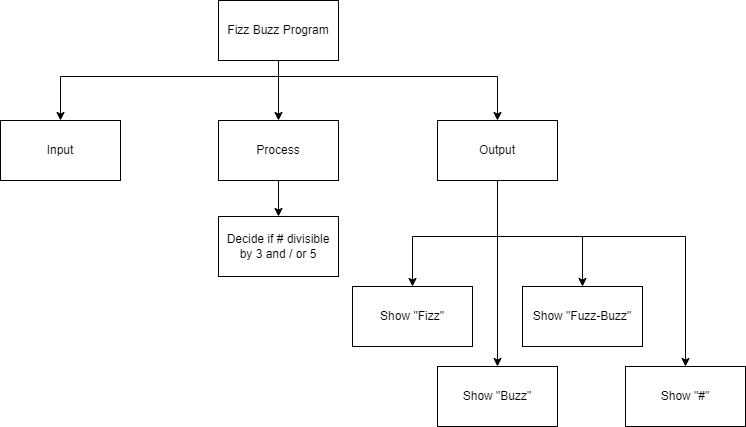
Before: docs/structured-problem-solving/images/top-down-loops-and-if-statements.png, a diagram exported from draw.io (Mr-Coxall/Computer-Based-Problem-Solving). Source tidied: cells renumbered, new cells last; positions are measured from the earlier drawing's top-left corner, leaving out a move shared by most shapes. The source it was exported from:
```xml
<mxGraphModel>
  <root>
    <mxCell id="0" />
    <mxCell id="1" parent="0" />
    <mxCell id="2" style="edgeStyle=orthogonalEdgeStyle;html=1;rounded=0;" parent="1" edge="1" source="5" target="7">
      <mxGeometry relative="1" as="geometry" />
    </mxCell>
    <mxCell id="3" style="edgeStyle=orthogonalEdgeStyle;shape=connector;rounded=0;html=1;labelBackgroundColor=default;strokeColor=default;fontFamily=Helvetica;fontSize=11;fontColor=default;endArrow=classic;" parent="1" edge="1" source="5" target="8">
      <mxGeometry relative="1" as="geometry">
        <Array as="points">
          <mxPoint x="278" y="76" />
          <mxPoint x="60" y="76" />
        </Array>
      </mxGeometry>
    </mxCell>
    <mxCell id="4" style="edgeStyle=orthogonalEdgeStyle;shape=connector;rounded=0;html=1;labelBackgroundColor=default;strokeColor=default;fontFamily=Helvetica;fontSize=11;fontColor=default;endArrow=classic;" parent="1" edge="1" source="5" target="13">
      <mxGeometry relative="1" as="geometry">
        <Array as="points">
          <mxPoint x="278" y="76" />
          <mxPoint x="497" y="76" />
        </Array>
      </mxGeometry>
    </mxCell>
    <mxCell id="5" value="Fizz Buzz Program" style="rounded=0;whiteSpace=wrap;html=1;" parent="1" vertex="1">
      <mxGeometry x="218" width="120" height="60" as="geometry" />
    </mxCell>
    <mxCell id="6" style="edgeStyle=orthogonalEdgeStyle;html=1;rounded=0;" parent="1" edge="1" source="7" target="14">
      <mxGeometry relative="1" as="geometry" />
    </mxCell>
    <mxCell id="7" value="Process" style="rounded=0;whiteSpace=wrap;html=1;" parent="1" vertex="1">
      <mxGeometry x="218" y="120" width="120" height="60" as="geometry" />
    </mxCell>
    <mxCell id="8" value="Input" style="rounded=0;whiteSpace=wrap;html=1;" parent="1" vertex="1">
      <mxGeometry y="120" width="120" height="60" as="geometry" />
    </mxCell>
    <mxCell id="9" style="edgeStyle=orthogonalEdgeStyle;shape=connector;rounded=0;html=1;labelBackgroundColor=default;strokeColor=default;fontFamily=Helvetica;fontSize=11;fontColor=default;endArrow=classic;" parent="1" edge="1" source="13" target="15">
      <mxGeometry relative="1" as="geometry">
        <Array as="points">
          <mxPoint x="497" y="236" />
          <mxPoint x="582" y="236" />
        </Array>
      </mxGeometry>
    </mxCell>
    <mxCell id="10" style="edgeStyle=orthogonalEdgeStyle;html=1;rounded=0;" parent="1" edge="1" source="13" target="16">
      <mxGeometry relative="1" as="geometry">
        <Array as="points">
          <mxPoint x="497" y="236" />
          <mxPoint x="412" y="236" />
        </Array>
      </mxGeometry>
    </mxCell>
    <mxCell id="11" style="edgeStyle=orthogonalEdgeStyle;html=1;rounded=0;" parent="1" edge="1" source="13" target="17">
      <mxGeometry relative="1" as="geometry" />
    </mxCell>
    <mxCell id="12" style="edgeStyle=orthogonalEdgeStyle;html=1;entryX=0.5;entryY=0;entryDx=0;entryDy=0;rounded=0;" parent="1" edge="1" source="13" target="18">
      <mxGeometry relative="1" as="geometry">
        <Array as="points">
          <mxPoint x="497" y="236" />
          <mxPoint x="685" y="236" />
        </Array>
      </mxGeometry>
    </mxCell>
    <mxCell id="13" value="Output" style="rounded=0;whiteSpace=wrap;html=1;" parent="1" vertex="1">
      <mxGeometry x="437" y="120" width="120" height="60" as="geometry" />
    </mxCell>
    <mxCell id="14" value="Decide if # divisible by 3 and / or 5" style="rounded=0;whiteSpace=wrap;html=1;" parent="1" vertex="1">
      <mxGeometry x="218" y="216" width="120" height="60" as="geometry" />
    </mxCell>
    <mxCell id="15" value="Show &quot;Fuzz-Buzz&quot;" style="rounded=0;whiteSpace=wrap;html=1;" parent="1" vertex="1">
      <mxGeometry x="522" y="286" width="120" height="60" as="geometry" />
    </mxCell>
    <mxCell id="16" value="Show &quot;Fizz&quot;" style="rounded=0;whiteSpace=wrap;html=1;" parent="1" vertex="1">
      <mxGeometry x="352" y="286" width="120" height="60" as="geometry" />
    </mxCell>
    <mxCell id="17" value="Show &quot;Buzz&quot;" style="rounded=0;whiteSpace=wrap;html=1;" parent="1" vertex="1">
      <mxGeometry x="437" y="366" width="120" height="60" as="geometry" />
    </mxCell>
    <mxCell id="18" value="Show &quot;#&quot;" style="rounded=0;whiteSpace=wrap;html=1;" parent="1" vertex="1">
      <mxGeometry x="625" y="366" width="120" height="60" as="geometry" />
    </mxCell>
  </root>
</mxGraphModel>
```
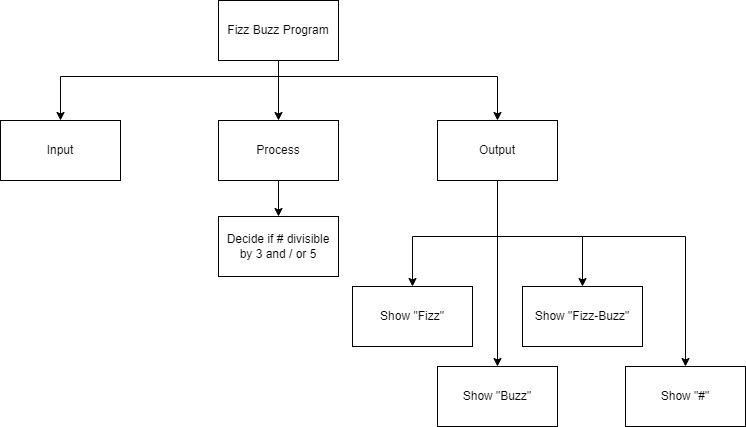
After the commit.

Change to the diagram source:
```diff
@@ -66,7 +66,7 @@
     <mxCell id="14" value="Decide if # divisible by 3 and / or 5" style="rounded=0;whiteSpace=wrap;html=1;" parent="1" vertex="1">
       <mxGeometry x="218" y="216" width="120" height="60" as="geometry" />
     </mxCell>
-    <mxCell id="15" value="Show &quot;Fuzz-Buzz&quot;" style="rounded=0;whiteSpace=wrap;html=1;" parent="1" vertex="1">
+    <mxCell id="15" value="Show &quot;Fizz-Buzz&quot;" style="rounded=0;whiteSpace=wrap;html=1;" parent="1" vertex="1">
       <mxGeometry x="522" y="286" width="120" height="60" as="geometry" />
     </mxCell>
     <mxCell id="16" value="Show &quot;Fizz&quot;" style="rounded=0;whiteSpace=wrap;html=1;" parent="1" vertex="1">
```
